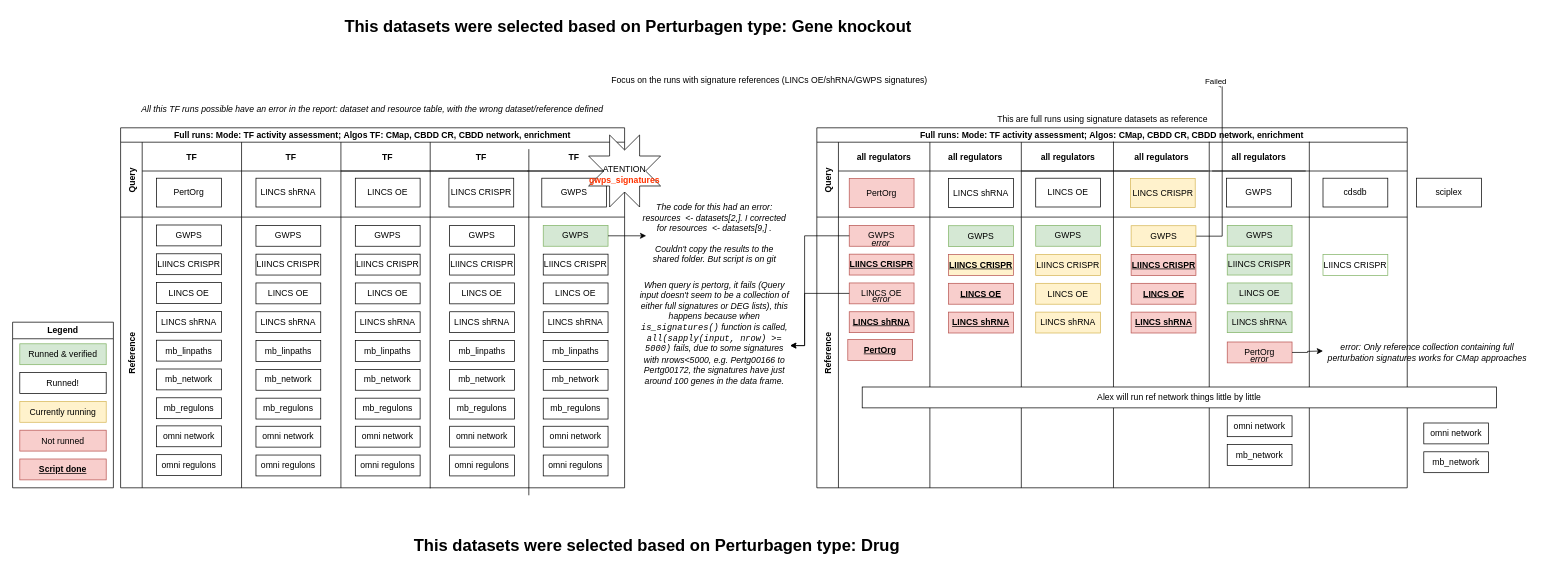
The draw.io diagram run_results_tracker.drawio in mivgomes/drawio, before the edit. Source tidied: cells renumbered, new cells numbered last; positions are measured from the earlier drawing's top-left corner, leaving out a move shared by most shapes. Both pictures are drawn from the tidied source at 72%, with x=0, y=0 at pixel (12, 12).
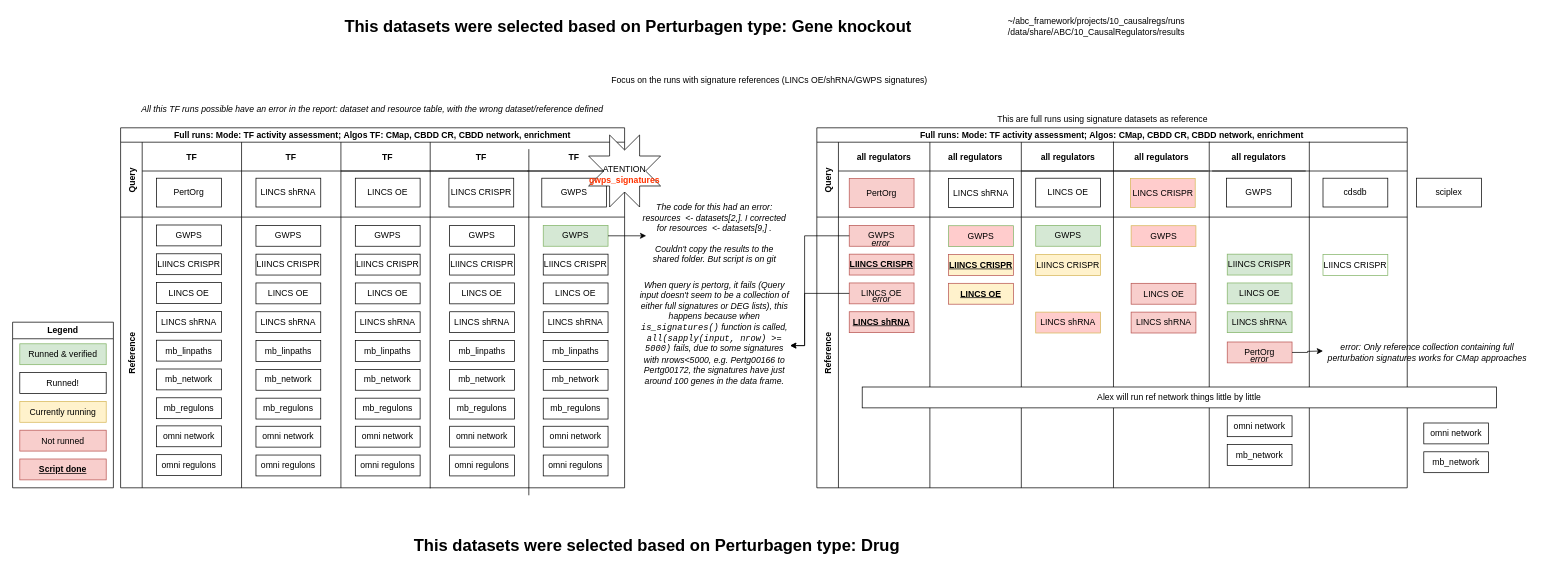
After the change.

The change refers to these unchanged cells:
```xml
<mxCell id="82" style="swimlane;swimlaneHead=0;swimlaneBody=0;fillColor=none;startSize=0;fontStyle=1;" parent="81" vertex="1">
  <mxGeometry x="30" width="127" height="376" as="geometry" />
</mxCell>
<mxCell id="84" style="swimlane;swimlaneHead=0;swimlaneBody=0;fillColor=none;startSize=0;fontStyle=1;" parent="81" vertex="1">
  <mxGeometry x="157" width="127" height="376" as="geometry" />
</mxCell>
<mxCell id="96" style="swimlane;swimlaneHead=0;swimlaneBody=0;fillColor=none;startSize=0;fontStyle=1;" parent="81" vertex="1">
  <mxGeometry x="284" width="536" height="376" as="geometry" />
</mxCell>
```

What changed in the source:
```diff
@@
-    <mxCell id="83" value="PertOrg" style="rounded=0;whiteSpace=wrap;html=1;fillColor=#f8cecc;strokeColor=#b85450;fontStyle=5;" parent="82" vertex="1">
-      <mxGeometry x="13" y="170" width="90" height="29" as="geometry" />
-    </mxCell>
@@
-    <mxCell id="91" value="GWPS" style="rounded=0;whiteSpace=wrap;html=1;fillColor=#d5e8d4;strokeColor=#82b366;fontStyle=0;" parent="84" vertex="1">
+    <mxCell id="91" value="GWPS" style="rounded=0;whiteSpace=wrap;html=1;fillColor=#FFCCCC;strokeColor=#82b366;fontStyle=0;" parent="84" vertex="1">
       <mxGeometry x="26" y="12" width="90" height="29" as="geometry" />
     </mxCell>
@@
-    <mxCell id="93" value="LINCS OE" style="rounded=0;whiteSpace=wrap;html=1;fillColor=#f8cecc;strokeColor=#b85450;fontStyle=5;" parent="84" vertex="1">
+    <mxCell id="93" value="LINCS OE" style="rounded=0;whiteSpace=wrap;html=1;fillColor=#FFF2CC;strokeColor=#b85450;fontStyle=5;" parent="84" vertex="1">
       <mxGeometry x="26" y="92" width="90" height="29" as="geometry" />
     </mxCell>
-    <mxCell id="94" value="LINCS shRNA" style="rounded=0;whiteSpace=wrap;html=1;fillColor=#f8cecc;strokeColor=#b85450;fontStyle=5;" parent="84" vertex="1">
-      <mxGeometry x="26" y="132" width="90" height="29" as="geometry" />
-    </mxCell>
@@
-    <mxCell id="98" value="LINCS shRNA" style="rounded=0;whiteSpace=wrap;html=1;fillColor=#fff2cc;strokeColor=#d6b656;fontStyle=0;" parent="96" vertex="1">
+    <mxCell id="98" value="LINCS shRNA" style="rounded=0;whiteSpace=wrap;html=1;fillColor=#FFCCCC;strokeColor=#d6b656;fontStyle=0;" parent="96" vertex="1">
       <mxGeometry x="20" y="132" width="90" height="29" as="geometry" />
     </mxCell>
@@
-    <mxCell id="100" value="&lt;span&gt;&lt;span&gt;LINCS OE&lt;/span&gt;&lt;/span&gt;" style="rounded=0;whiteSpace=wrap;html=1;fillColor=#fff2cc;strokeColor=#d6b656;fontStyle=0;" parent="96" vertex="1">
-      <mxGeometry x="20" y="92" width="90" height="29" as="geometry" />
-    </mxCell>
-    <mxCell id="101" value="LINCS CRISPR" style="rounded=0;whiteSpace=wrap;html=1;fillColor=#fff2cc;strokeColor=#d6b656;" parent="96" vertex="1">
+    <mxCell id="101" value="LINCS CRISPR" style="rounded=0;whiteSpace=wrap;html=1;fillColor=#FFCCCC;strokeColor=#d6b656;" parent="96" vertex="1">
       <mxGeometry x="151.5" y="-53.5" width="90" height="40" as="geometry" />
     </mxCell>
-    <mxCell id="102" style="edgeStyle=orthogonalEdgeStyle;rounded=0;jettySize=auto;html=1;" parent="96" edge="1" source="104">
-      <mxGeometry relative="1" as="geometry">
-        <mxPoint x="269" y="-184" as="targetPoint" />
-        <Array as="points">
-          <mxPoint x="279" y="27" />
-          <mxPoint x="279" y="-184" />
-        </Array>
-      </mxGeometry>
-    </mxCell>
-    <mxCell id="103" value="Failed" style="edgeLabel;html=1;align=center;verticalAlign=middle;" parent="102" vertex="1">
-      <mxGeometry x="1" y="-8" relative="1" as="geometry">
-        <mxPoint y="3" as="offset" />
-      </mxGeometry>
-    </mxCell>
-    <mxCell id="104" value="GWPS" style="rounded=0;whiteSpace=wrap;html=1;fillColor=#fff2cc;strokeColor=#d6b656;fontStyle=0;" parent="96" vertex="1">
+    <mxCell id="104" value="GWPS" style="rounded=0;whiteSpace=wrap;html=1;fillColor=#FFCCCC;strokeColor=#d6b656;fontStyle=0;" parent="96" vertex="1">
       <mxGeometry x="152.5" y="12" width="90" height="29" as="geometry" />
     </mxCell>
-    <mxCell id="105" value="LIINCS CRISPR" style="rounded=0;whiteSpace=wrap;html=1;fillColor=#f8cecc;strokeColor=#b85450;fontStyle=5;" parent="96" vertex="1">
-      <mxGeometry x="152.5" y="52" width="90" height="29" as="geometry" />
-    </mxCell>
-    <mxCell id="106" value="LINCS OE" style="rounded=0;whiteSpace=wrap;html=1;fillColor=#f8cecc;strokeColor=#b85450;fontStyle=5;" parent="96" vertex="1">
+    <mxCell id="106" value="LINCS OE" style="rounded=0;whiteSpace=wrap;html=1;fillColor=#f8cecc;strokeColor=#b85450;fontStyle=0;" parent="96" vertex="1">
       <mxGeometry x="152.5" y="92" width="90" height="29" as="geometry" />
     </mxCell>
-    <mxCell id="107" value="LINCS shRNA" style="rounded=0;whiteSpace=wrap;html=1;fillColor=#f8cecc;strokeColor=#b85450;fontStyle=5;" parent="96" vertex="1">
+    <mxCell id="107" value="LINCS shRNA" style="rounded=0;whiteSpace=wrap;html=1;fillColor=#f8cecc;strokeColor=#b85450;fontStyle=0;" parent="96" vertex="1">
       <mxGeometry x="152.5" y="132" width="90" height="29" as="geometry" />
     </mxCell>
@@
-    <mxCell id="113" value="GWPS" style="rounded=0;whiteSpace=wrap;html=1;fontStyle=0;fillColor=#d5e8d4;strokeColor=#82b366;" parent="96" vertex="1">
-      <mxGeometry x="286" y="11.5" width="90" height="29" as="geometry" />
-    </mxCell>
@@
+    <mxCell id="145" value="~/abc_framework/projects/10_causalregs/runs&lt;br&gt;/data/share/ABC/10_CausalRegulators/results" style="text;html=1;align=center;verticalAlign=middle;strokeColor=none;fillColor=none;" parent="1" vertex="1">
+      <mxGeometry x="1370" width="270" height="40" as="geometry" />
+    </mxCell>
```
